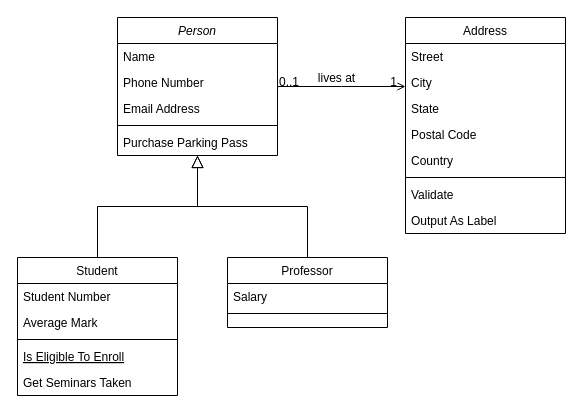
The draw.io diagram Untitled Diagram.drawio in S1cca/Project_QA, before the edit. Source tidied: cells renumbered, new cells numbered last; positions are measured from the earlier drawing's top-left corner, leaving out a move shared by most shapes. Both pictures are drawn from the tidied source at 100%, with x=0, y=0 at pixel (17, 17).
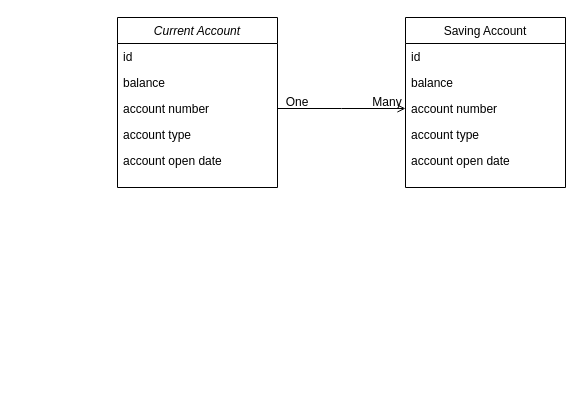
After the change.

What changed in the source:
```diff
@@
-<mxGraphModel>
+<mxGraphModel background="#FFFFFF">
@@
-    <mxCell id="2" value="Person" style="swimlane;fontStyle=2;align=center;verticalAlign=top;horizontal=1;startSize=26;rounded=0;shadow=0;strokeWidth=1;" parent="1" vertex="1">
-      <mxGeometry x="100" width="160" height="138" as="geometry" />
+    <mxCell id="2" value="Current Account" style="swimlane;fontStyle=2;align=center;verticalAlign=top;horizontal=1;startSize=26;rounded=0;shadow=0;strokeWidth=1;labelBackgroundColor=none;labelBorderColor=none;gradientColor=none;swimlaneFillColor=none;" parent="1" vertex="1">
+      <mxGeometry x="100" width="160" height="170" as="geometry" />
     </mxCell>
-    <mxCell id="3" value="Name" style="text;align=left;verticalAlign=top;spacingLeft=4;spacingRight=4;overflow=hidden;" parent="2" vertex="1">
+    <mxCell id="3" value="id" style="text;align=left;verticalAlign=top;spacingLeft=4;spacingRight=4;overflow=hidden;labelBackgroundColor=none;labelBorderColor=none;" parent="2" vertex="1">
       <mxGeometry y="26" width="160" height="26" as="geometry" />
     </mxCell>
-    <mxCell id="4" value="Phone Number" style="text;align=left;verticalAlign=top;spacingLeft=4;spacingRight=4;overflow=hidden;rounded=0;shadow=0;html=0;" parent="2" vertex="1">
+    <mxCell id="4" value="balance  " style="text;align=left;verticalAlign=top;spacingLeft=4;spacingRight=4;overflow=hidden;rounded=0;shadow=0;html=0;labelBackgroundColor=none;labelBorderColor=none;" parent="2" vertex="1">
       <mxGeometry y="52" width="160" height="26" as="geometry" />
     </mxCell>
-    <mxCell id="5" value="Email Address" style="text;align=left;verticalAlign=top;spacingLeft=4;spacingRight=4;overflow=hidden;points=[[0,0.5],[1,0.5]];portConstraint=eastwest;rounded=0;shadow=0;html=0;" parent="2" vertex="1">
+    <mxCell id="5" value="account number &#10;&#10;" style="text;align=left;verticalAlign=top;spacingLeft=4;spacingRight=4;overflow=hidden;points=[[0,0.5],[1,0.5]];portConstraint=eastwest;rounded=0;shadow=0;html=0;labelBackgroundColor=none;labelBorderColor=none;" parent="2" vertex="1">
       <mxGeometry y="78" width="160" height="26" as="geometry" />
     </mxCell>
-    <mxCell id="6" style="line;html=1;strokeWidth=1;align=left;verticalAlign=middle;spacingTop=-1;spacingLeft=3;spacingRight=3;labelPosition=right;" parent="2" vertex="1">
-      <mxGeometry y="104" width="160" height="8" as="geometry" />
-    </mxCell>
-    <mxCell id="7" value="Purchase Parking Pass" style="text;align=left;verticalAlign=top;spacingLeft=4;spacingRight=4;overflow=hidden;" parent="2" vertex="1">
-      <mxGeometry y="112" width="160" height="26" as="geometry" />
+    <mxCell id="7" value="account type" style="text;align=left;verticalAlign=top;spacingLeft=4;spacingRight=4;overflow=hidden;labelBackgroundColor=none;labelBorderColor=none;" parent="2" vertex="1">
+      <mxGeometry y="104" width="160" height="26" as="geometry" />
     </mxCell>
-    <mxCell id="8" value="Student" style="swimlane;fontStyle=0;align=center;verticalAlign=top;horizontal=1;startSize=26;rounded=0;shadow=0;strokeWidth=1;" parent="1" vertex="1">
-      <mxGeometry y="240" width="160" height="138" as="geometry" />
-    </mxCell>
-    <mxCell id="9" value="Student Number" style="text;align=left;verticalAlign=top;spacingLeft=4;spacingRight=4;overflow=hidden;" parent="8" vertex="1">
-      <mxGeometry y="26" width="160" height="26" as="geometry" />
-    </mxCell>
-    <mxCell id="10" value="Average Mark" style="text;align=left;verticalAlign=top;spacingLeft=4;spacingRight=4;overflow=hidden;rounded=0;shadow=0;html=0;" parent="8" vertex="1">
-      <mxGeometry y="52" width="160" height="26" as="geometry" />
-    </mxCell>
-    <mxCell id="11" style="line;html=1;strokeWidth=1;align=left;verticalAlign=middle;spacingTop=-1;spacingLeft=3;spacingRight=3;labelPosition=right;" parent="8" vertex="1">
-      <mxGeometry y="78" width="160" height="8" as="geometry" />
-    </mxCell>
-    <mxCell id="12" value="Is Eligible To Enroll" style="text;align=left;verticalAlign=top;spacingLeft=4;spacingRight=4;overflow=hidden;fontStyle=4;" parent="8" vertex="1">
-      <mxGeometry y="86" width="160" height="26" as="geometry" />
-    </mxCell>
-    <mxCell id="13" value="Get Seminars Taken" style="text;align=left;verticalAlign=top;spacingLeft=4;spacingRight=4;overflow=hidden;" parent="8" vertex="1">
-      <mxGeometry y="112" width="160" height="26" as="geometry" />
-    </mxCell>
-    <mxCell id="14" style="endArrow=block;endSize=10;endFill=0;shadow=0;strokeWidth=1;rounded=0;edgeStyle=elbowEdgeStyle;elbow=vertical;" parent="1" edge="1" source="8" target="2">
-      <mxGeometry relative="1" as="geometry" />
-    </mxCell>
-    <mxCell id="15" value="Professor" style="swimlane;fontStyle=0;align=center;verticalAlign=top;horizontal=1;startSize=26;rounded=0;shadow=0;strokeWidth=1;" parent="1" vertex="1">
-      <mxGeometry x="210" y="240" width="160" height="70" as="geometry" />
-    </mxCell>
-    <mxCell id="16" value="Salary" style="text;align=left;verticalAlign=top;spacingLeft=4;spacingRight=4;overflow=hidden;" parent="15" vertex="1">
-      <mxGeometry y="26" width="160" height="26" as="geometry" />
-    </mxCell>
-    <mxCell id="17" style="line;html=1;strokeWidth=1;align=left;verticalAlign=middle;spacingTop=-1;spacingLeft=3;spacingRight=3;labelPosition=right;" parent="15" vertex="1">
-      <mxGeometry y="52" width="160" height="8" as="geometry" />
-    </mxCell>
-    <mxCell id="18" style="endArrow=block;endSize=10;endFill=0;shadow=0;strokeWidth=1;rounded=0;edgeStyle=elbowEdgeStyle;elbow=vertical;" parent="1" edge="1" source="15" target="2">
-      <mxGeometry relative="1" as="geometry" />
-    </mxCell>
+    <mxCell id="32" value="account open date" style="text;align=left;verticalAlign=top;spacingLeft=4;spacingRight=4;overflow=hidden;labelBackgroundColor=none;labelBorderColor=none;" parent="2" vertex="1">
+      <mxGeometry y="130" width="160" height="26" as="geometry" />
+    </mxCell>
-    <mxCell id="19" value="Address" style="swimlane;fontStyle=0;align=center;verticalAlign=top;horizontal=1;startSize=26;rounded=0;shadow=0;strokeWidth=1;" parent="1" vertex="1">
-      <mxGeometry x="388" width="160" height="216" as="geometry" />
+    <mxCell id="19" value="Saving Account" style="swimlane;fontStyle=0;align=center;verticalAlign=top;horizontal=1;startSize=26;rounded=0;shadow=0;strokeWidth=1;" parent="1" vertex="1">
+      <mxGeometry x="388" width="160" height="170" as="geometry" />
     </mxCell>
-    <mxCell id="20" value="Street" style="text;align=left;verticalAlign=top;spacingLeft=4;spacingRight=4;overflow=hidden;" parent="19" vertex="1">
+    <mxCell id="20" value="id    " style="text;align=left;verticalAlign=top;spacingLeft=4;spacingRight=4;overflow=hidden;" parent="19" vertex="1">
       <mxGeometry y="26" width="160" height="26" as="geometry" />
     </mxCell>
-    <mxCell id="21" value="City" style="text;align=left;verticalAlign=top;spacingLeft=4;spacingRight=4;overflow=hidden;rounded=0;shadow=0;html=0;" parent="19" vertex="1">
+    <mxCell id="21" value="balance" style="text;align=left;verticalAlign=top;spacingLeft=4;spacingRight=4;overflow=hidden;rounded=0;shadow=0;" parent="19" vertex="1">
       <mxGeometry y="52" width="160" height="26" as="geometry" />
     </mxCell>
-    <mxCell id="22" value="State" style="text;align=left;verticalAlign=top;spacingLeft=4;spacingRight=4;overflow=hidden;rounded=0;shadow=0;html=0;" parent="19" vertex="1">
+    <mxCell id="22" value="account number" style="text;align=left;verticalAlign=top;spacingLeft=4;spacingRight=4;overflow=hidden;rounded=0;shadow=0;" parent="19" vertex="1">
       <mxGeometry y="78" width="160" height="26" as="geometry" />
     </mxCell>
+    <mxCell id="33" value="account type" style="text;align=left;verticalAlign=top;spacingLeft=4;spacingRight=4;overflow=hidden;labelBackgroundColor=none;labelBorderColor=none;" parent="19" vertex="1">
+      <mxGeometry y="104" width="160" height="26" as="geometry" />
+    </mxCell>
-    <mxCell id="23" value="Postal Code" style="text;align=left;verticalAlign=top;spacingLeft=4;spacingRight=4;overflow=hidden;rounded=0;shadow=0;html=0;" parent="19" vertex="1">
-      <mxGeometry y="104" width="160" height="26" as="geometry" />
+    <mxCell id="23" value="account open date" style="text;align=left;verticalAlign=top;spacingLeft=4;spacingRight=4;overflow=hidden;rounded=0;shadow=0;" parent="19" vertex="1">
+      <mxGeometry y="130" width="160" height="26" as="geometry" />
     </mxCell>
-    <mxCell id="24" value="Country" style="text;align=left;verticalAlign=top;spacingLeft=4;spacingRight=4;overflow=hidden;rounded=0;shadow=0;html=0;" parent="19" vertex="1">
-      <mxGeometry y="130" width="160" height="26" as="geometry" />
-    </mxCell>
-    <mxCell id="25" style="line;html=1;strokeWidth=1;align=left;verticalAlign=middle;spacingTop=-1;spacingLeft=3;spacingRight=3;labelPosition=right;" parent="19" vertex="1">
-      <mxGeometry y="156" width="160" height="8" as="geometry" />
-    </mxCell>
-    <mxCell id="26" value="Validate" style="text;align=left;verticalAlign=top;spacingLeft=4;spacingRight=4;overflow=hidden;" parent="19" vertex="1">
-      <mxGeometry y="164" width="160" height="26" as="geometry" />
-    </mxCell>
-    <mxCell id="27" value="Output As Label" style="text;align=left;verticalAlign=top;spacingLeft=4;spacingRight=4;overflow=hidden;" parent="19" vertex="1">
-      <mxGeometry y="190" width="160" height="26" as="geometry" />
-    </mxCell>
-    <mxCell id="28" style="endArrow=open;shadow=0;strokeWidth=1;rounded=0;endFill=1;edgeStyle=elbowEdgeStyle;elbow=vertical;" parent="1" edge="1" source="2" target="19">
+    <mxCell id="28" style="endArrow=open;shadow=0;strokeWidth=1;rounded=0;endFill=1;edgeStyle=elbowEdgeStyle;elbow=vertical;" parent="1" edge="1" source="5" target="19">
       <mxGeometry x="0.5" y="41" relative="1" as="geometry">
         <mxPoint x="-40" y="32" as="offset" />
       </mxGeometry>
     </mxCell>
-    <mxCell id="29" value="0..1" style="align=left;verticalAlign=bottom;labelBackgroundColor=none;fontSize=12;" parent="28" vertex="1">
-      <mxGeometry x="-1" relative="1" as="geometry">
-        <mxPoint y="4" as="offset" />
-      </mxGeometry>
-    </mxCell>
-    <mxCell id="30" value="1" style="align=right;verticalAlign=bottom;labelBackgroundColor=none;fontSize=12;" parent="28" vertex="1">
-      <mxGeometry x="1" relative="1" as="geometry">
-        <mxPoint x="-7" y="4" as="offset" />
-      </mxGeometry>
-    </mxCell>
-    <mxCell id="31" value="lives at" style="text;html=1;align=center;verticalAlign=middle;labelBackgroundColor=none;rounded=0;shadow=0;strokeWidth=1;fontSize=12;" parent="28" vertex="1">
-      <mxGeometry x="0.5" y="49" relative="1" as="geometry">
-        <mxPoint x="-38" y="40" as="offset" />
-      </mxGeometry>
-    </mxCell>
+    <mxCell id="34" value="One" style="text;html=1;strokeColor=none;fillColor=none;align=center;verticalAlign=middle;whiteSpace=wrap;rounded=0;shadow=0;labelBackgroundColor=none;labelBorderColor=none;" parent="1" vertex="1">
+      <mxGeometry x="250" y="70" width="60" height="30" as="geometry" />
+    </mxCell>
+    <mxCell id="35" value="Many" style="text;html=1;strokeColor=none;fillColor=none;align=center;verticalAlign=middle;whiteSpace=wrap;rounded=0;shadow=0;labelBackgroundColor=none;labelBorderColor=none;" parent="1" vertex="1">
+      <mxGeometry x="340" y="70" width="60" height="30" as="geometry" />
+    </mxCell>
```
